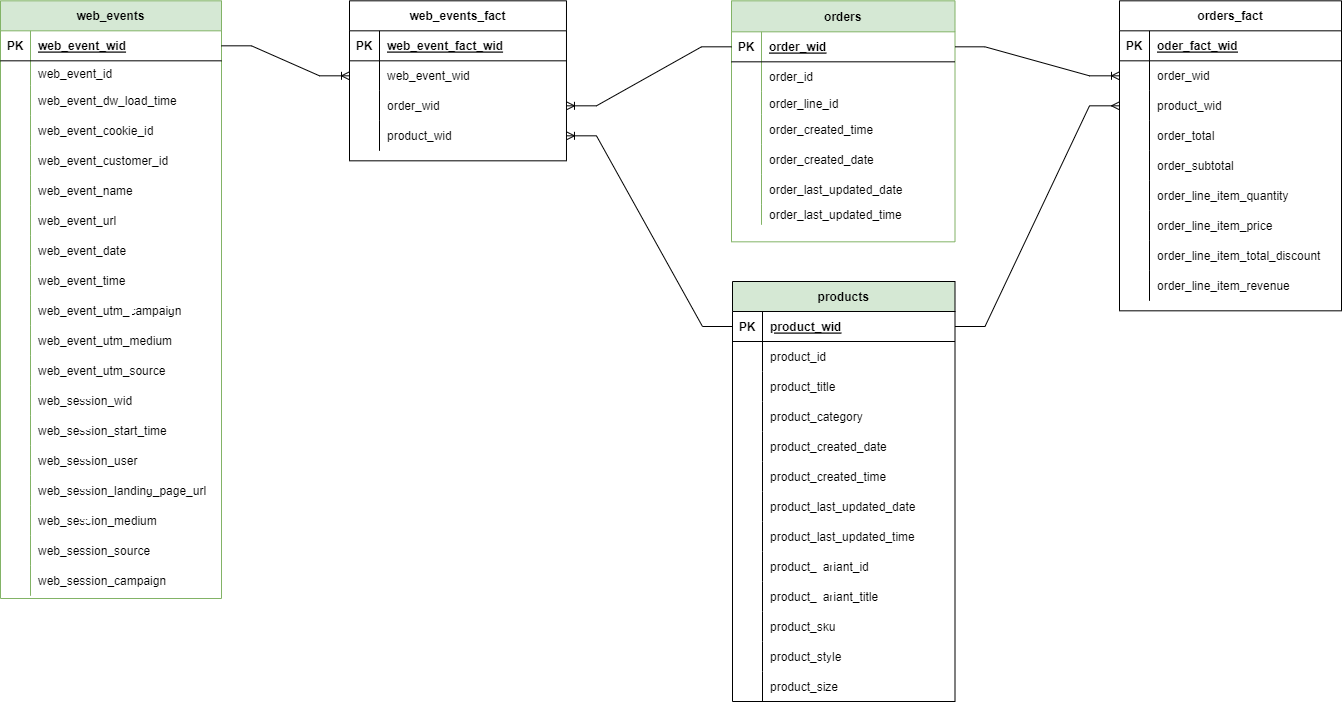
The draw.io diagram data_challenge_erd-Page-1.drawio.png in cnockels/data_challenge, before a commit. Source tidied: cells renumbered, new cells last; positions are measured from the earlier drawing's top-left corner, leaving out a move shared by most shapes.
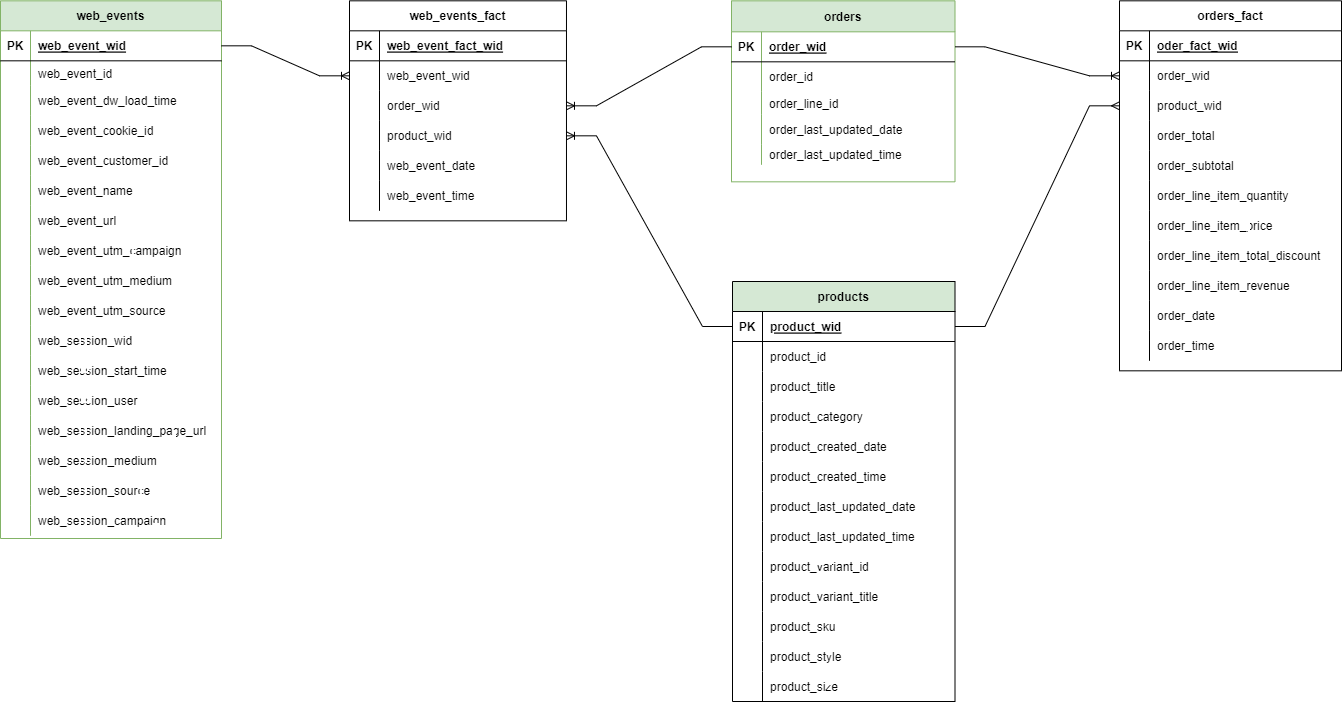
The same file after the commit.

Change to the diagram source:
```diff
@@ -3,7 +3,7 @@
     <mxCell id="0" />
     <mxCell id="1" parent="0" />
     <mxCell id="2" value="orders_fact" style="shape=table;startSize=30;rowLines=0;fontStyle=1;align=center;" parent="1" vertex="1">
-      <mxGeometry x="1119" y="0.3" width="222" height="310" as="geometry" />
+      <mxGeometry x="1119" y="0.3" width="222" height="370" as="geometry" />
     </mxCell>
     <mxCell id="3" style="shape=tableRow;horizontal=0;startSize=0;swimlaneHead=0;swimlaneBody=0;fillColor=none;top=0;left=0;right=0;bottom=1;" parent="2" vertex="1">
       <mxGeometry y="30" width="222" height="30" as="geometry" />
@@ -86,8 +86,26 @@
     <mxCell id="29" value="order_line_item_revenue" style="shape=partialRectangle;fillColor=none;top=0;left=0;bottom=0;right=0;align=left;spacingLeft=6;overflow=hidden;" parent="27" vertex="1">
       <mxGeometry x="30" width="192" height="30" as="geometry" />
     </mxCell>
+    <mxCell id="168" style="shape=tableRow;horizontal=0;startSize=0;swimlaneHead=0;swimlaneBody=0;fillColor=none;top=0;left=0;right=0;bottom=0;" parent="2" vertex="1">
+      <mxGeometry y="300" width="222" height="30" as="geometry" />
+    </mxCell>
+    <mxCell id="169" style="shape=partialRectangle;fillColor=none;top=0;left=0;bottom=0;right=0;overflow=hidden;" parent="168" vertex="1">
+      <mxGeometry width="30" height="30" as="geometry" />
+    </mxCell>
+    <mxCell id="170" value="order_date" style="shape=partialRectangle;fillColor=none;top=0;left=0;bottom=0;right=0;align=left;spacingLeft=6;overflow=hidden;" parent="168" vertex="1">
+      <mxGeometry x="30" width="192" height="30" as="geometry" />
+    </mxCell>
+    <mxCell id="171" style="shape=tableRow;horizontal=0;startSize=0;swimlaneHead=0;swimlaneBody=0;fillColor=none;top=0;left=0;right=0;bottom=0;" parent="2" vertex="1">
+      <mxGeometry y="330" width="222" height="30" as="geometry" />
+    </mxCell>
+    <mxCell id="172" style="shape=partialRectangle;fillColor=none;top=0;left=0;bottom=0;right=0;overflow=hidden;" parent="171" vertex="1">
+      <mxGeometry width="30" height="30" as="geometry" />
+    </mxCell>
+    <mxCell id="173" value="order_time" style="shape=partialRectangle;fillColor=none;top=0;left=0;bottom=0;right=0;align=left;spacingLeft=6;overflow=hidden;" parent="171" vertex="1">
+      <mxGeometry x="30" width="192" height="30" as="geometry" />
+    </mxCell>
     <mxCell id="30" value="orders" style="shape=table;startSize=31;rowLines=0;fontStyle=1;align=center;fillColor=#d5e8d4;strokeColor=#82b366;" parent="1" vertex="1">
-      <mxGeometry x="731" y="0.3" width="223.5" height="241" as="geometry" />
+      <mxGeometry x="731" y="0.3" width="223.5" height="181" as="geometry" />
     </mxCell>
     <mxCell id="31" style="shape=tableRow;horizontal=0;startSize=0;swimlaneHead=0;swimlaneBody=0;fillColor=none;points=[[0,0.5],[1,0.5]];portConstraint=eastwest;top=0;left=0;right=0;bottom=1;" parent="30" vertex="1">
       <mxGeometry y="31" width="223.5" height="30" as="geometry" />
@@ -116,26 +134,8 @@
     <mxCell id="39" value="order_line_id" style="shape=partialRectangle;fillColor=none;top=0;left=0;bottom=0;right=0;align=left;spacingLeft=6;overflow=hidden;" parent="37" vertex="1">
       <mxGeometry x="30" width="193.5" height="23" as="geometry" />
     </mxCell>
-    <mxCell id="40" style="shape=tableRow;horizontal=0;startSize=0;swimlaneHead=0;swimlaneBody=0;fillColor=none;top=0;left=0;right=0;bottom=0;" parent="30" vertex="1">
-      <mxGeometry y="114" width="223.5" height="30" as="geometry" />
-    </mxCell>
-    <mxCell id="41" style="shape=partialRectangle;fillColor=none;top=0;left=0;bottom=0;right=0;overflow=hidden;" parent="40" vertex="1">
-      <mxGeometry width="30" height="30" as="geometry" />
-    </mxCell>
-    <mxCell id="42" value="order_created_time" style="shape=partialRectangle;fillColor=none;top=0;left=0;bottom=0;right=0;align=left;spacingLeft=6;overflow=hidden;" parent="40" vertex="1">
-      <mxGeometry x="30" width="193.5" height="30" as="geometry" />
-    </mxCell>
-    <mxCell id="43" style="shape=tableRow;horizontal=0;startSize=0;swimlaneHead=0;swimlaneBody=0;fillColor=none;top=0;left=0;right=0;bottom=0;" parent="30" vertex="1">
-      <mxGeometry y="144" width="223.5" height="30" as="geometry" />
-    </mxCell>
-    <mxCell id="44" style="shape=partialRectangle;fillColor=none;top=0;left=0;bottom=0;right=0;overflow=hidden;" parent="43" vertex="1">
-      <mxGeometry width="30" height="30" as="geometry" />
-    </mxCell>
-    <mxCell id="45" value="order_created_date" style="shape=partialRectangle;fillColor=none;top=0;left=0;bottom=0;right=0;align=left;spacingLeft=6;overflow=hidden;" parent="43" vertex="1">
-      <mxGeometry x="30" width="193.5" height="30" as="geometry" />
-    </mxCell>
     <mxCell id="46" style="shape=tableRow;horizontal=0;startSize=0;swimlaneHead=0;swimlaneBody=0;fillColor=none;top=0;left=0;right=0;bottom=0;" parent="30" vertex="1">
-      <mxGeometry y="174" width="223.5" height="30" as="geometry" />
+      <mxGeometry y="114" width="223.5" height="30" as="geometry" />
     </mxCell>
     <mxCell id="47" style="shape=partialRectangle;fillColor=none;top=0;left=0;bottom=0;right=0;overflow=hidden;" parent="46" vertex="1">
       <mxGeometry width="30" height="30" as="geometry" />
@@ -144,7 +144,7 @@
       <mxGeometry x="30" width="193.5" height="30" as="geometry" />
     </mxCell>
     <mxCell id="49" style="shape=tableRow;horizontal=0;startSize=0;swimlaneHead=0;swimlaneBody=0;fillColor=none;top=0;left=0;right=0;bottom=0;" parent="30" vertex="1">
-      <mxGeometry y="204" width="223.5" height="20" as="geometry" />
+      <mxGeometry y="144" width="223.5" height="20" as="geometry" />
     </mxCell>
     <mxCell id="50" style="shape=partialRectangle;fillColor=none;top=0;left=0;bottom=0;right=0;overflow=hidden;" parent="49" vertex="1">
       <mxGeometry width="30" height="20" as="geometry" />
@@ -153,7 +153,7 @@
       <mxGeometry x="30" width="193.5" height="20" as="geometry" />
     </mxCell>
     <mxCell id="52" value="web_events" style="shape=table;startSize=30;rowLines=0;fontStyle=1;align=center;fillColor=#d5e8d4;strokeColor=#82b366;" parent="1" vertex="1">
-      <mxGeometry y="0.3" width="221" height="597.7" as="geometry" />
+      <mxGeometry y="0.3" width="221" height="537.7" as="geometry" />
     </mxCell>
     <mxCell id="53" style="shape=tableRow;horizontal=0;startSize=0;swimlaneHead=0;swimlaneBody=0;fillColor=none;points=[[0,0.5],[1,0.5]];portConstraint=eastwest;top=0;left=0;right=0;bottom=1;" parent="52" vertex="1">
       <mxGeometry y="30" width="221" height="30" as="geometry" />
@@ -218,26 +218,8 @@
     <mxCell id="73" value="web_event_url" style="shape=partialRectangle;fillColor=none;top=0;left=0;bottom=0;right=0;align=left;spacingLeft=6;overflow=hidden;" parent="71" vertex="1">
       <mxGeometry x="30" width="191" height="30" as="geometry" />
     </mxCell>
-    <mxCell id="74" style="shape=tableRow;horizontal=0;startSize=0;swimlaneHead=0;swimlaneBody=0;fillColor=none;top=0;left=0;right=0;bottom=0;" parent="52" vertex="1">
-      <mxGeometry y="235" width="221" height="30" as="geometry" />
-    </mxCell>
-    <mxCell id="75" style="shape=partialRectangle;fillColor=none;top=0;left=0;bottom=0;right=0;overflow=hidden;" parent="74" vertex="1">
-      <mxGeometry width="30" height="30" as="geometry" />
-    </mxCell>
-    <mxCell id="76" value="web_event_date" style="shape=partialRectangle;fillColor=none;top=0;left=0;bottom=0;right=0;align=left;spacingLeft=6;overflow=hidden;" parent="74" vertex="1">
-      <mxGeometry x="30" width="191" height="30" as="geometry" />
-    </mxCell>
-    <mxCell id="77" style="shape=tableRow;horizontal=0;startSize=0;swimlaneHead=0;swimlaneBody=0;fillColor=none;top=0;left=0;right=0;bottom=0;" parent="52" vertex="1">
-      <mxGeometry y="265" width="221" height="30" as="geometry" />
-    </mxCell>
-    <mxCell id="78" style="shape=partialRectangle;fillColor=none;top=0;left=0;bottom=0;right=0;overflow=hidden;" parent="77" vertex="1">
-      <mxGeometry width="30" height="30" as="geometry" />
-    </mxCell>
-    <mxCell id="79" value="web_event_time" style="shape=partialRectangle;fillColor=none;top=0;left=0;bottom=0;right=0;align=left;spacingLeft=6;overflow=hidden;" parent="77" vertex="1">
-      <mxGeometry x="30" width="191" height="30" as="geometry" />
-    </mxCell>
     <mxCell id="80" style="shape=tableRow;horizontal=0;startSize=0;swimlaneHead=0;swimlaneBody=0;fillColor=none;top=0;left=0;right=0;bottom=0;" parent="52" vertex="1">
-      <mxGeometry y="295" width="221" height="30" as="geometry" />
+      <mxGeometry y="235" width="221" height="30" as="geometry" />
     </mxCell>
     <mxCell id="81" style="shape=partialRectangle;fillColor=none;top=0;left=0;bottom=0;right=0;overflow=hidden;" parent="80" vertex="1">
       <mxGeometry width="30" height="30" as="geometry" />
@@ -246,7 +228,7 @@
       <mxGeometry x="30" width="191" height="30" as="geometry" />
     </mxCell>
     <mxCell id="83" style="shape=tableRow;horizontal=0;startSize=0;swimlaneHead=0;swimlaneBody=0;fillColor=none;top=0;left=0;right=0;bottom=0;" parent="52" vertex="1">
-      <mxGeometry y="325" width="221" height="30" as="geometry" />
+      <mxGeometry y="265" width="221" height="30" as="geometry" />
     </mxCell>
     <mxCell id="84" style="shape=partialRectangle;fillColor=none;top=0;left=0;bottom=0;right=0;overflow=hidden;" parent="83" vertex="1">
       <mxGeometry width="30" height="30" as="geometry" />
@@ -255,7 +237,7 @@
       <mxGeometry x="30" width="191" height="30" as="geometry" />
     </mxCell>
     <mxCell id="86" style="shape=tableRow;horizontal=0;startSize=0;swimlaneHead=0;swimlaneBody=0;fillColor=none;top=0;left=0;right=0;bottom=0;" parent="52" vertex="1">
-      <mxGeometry y="355" width="221" height="30" as="geometry" />
+      <mxGeometry y="295" width="221" height="30" as="geometry" />
     </mxCell>
     <mxCell id="87" style="shape=partialRectangle;fillColor=none;top=0;left=0;bottom=0;right=0;overflow=hidden;" parent="86" vertex="1">
       <mxGeometry width="30" height="30" as="geometry" />
@@ -264,7 +246,7 @@
       <mxGeometry x="30" width="191" height="30" as="geometry" />
     </mxCell>
     <mxCell id="89" style="shape=tableRow;horizontal=0;startSize=0;swimlaneHead=0;swimlaneBody=0;fillColor=none;top=0;left=0;right=0;bottom=0;" parent="52" vertex="1">
-      <mxGeometry y="385" width="221" height="30" as="geometry" />
+      <mxGeometry y="325" width="221" height="30" as="geometry" />
     </mxCell>
     <mxCell id="90" style="shape=partialRectangle;fillColor=none;top=0;left=0;bottom=0;right=0;overflow=hidden;" parent="89" vertex="1">
       <mxGeometry width="30" height="30" as="geometry" />
@@ -273,7 +255,7 @@
       <mxGeometry x="30" width="191" height="30" as="geometry" />
     </mxCell>
     <mxCell id="92" style="shape=tableRow;horizontal=0;startSize=0;swimlaneHead=0;swimlaneBody=0;fillColor=none;top=0;left=0;right=0;bottom=0;" parent="52" vertex="1">
-      <mxGeometry y="415" width="221" height="30" as="geometry" />
+      <mxGeometry y="355" width="221" height="30" as="geometry" />
     </mxCell>
     <mxCell id="93" style="shape=partialRectangle;fillColor=none;top=0;left=0;bottom=0;right=0;overflow=hidden;" parent="92" vertex="1">
       <mxGeometry width="30" height="30" as="geometry" />
@@ -282,7 +264,7 @@
       <mxGeometry x="30" width="191" height="30" as="geometry" />
     </mxCell>
     <mxCell id="95" style="shape=tableRow;horizontal=0;startSize=0;swimlaneHead=0;swimlaneBody=0;fillColor=none;top=0;left=0;right=0;bottom=0;" parent="52" vertex="1">
-      <mxGeometry y="445" width="221" height="30" as="geometry" />
+      <mxGeometry y="385" width="221" height="30" as="geometry" />
     </mxCell>
     <mxCell id="96" style="shape=partialRectangle;fillColor=none;top=0;left=0;bottom=0;right=0;overflow=hidden;" parent="95" vertex="1">
       <mxGeometry width="30" height="30" as="geometry" />
@@ -291,7 +273,7 @@
       <mxGeometry x="30" width="191" height="30" as="geometry" />
     </mxCell>
     <mxCell id="98" style="shape=tableRow;horizontal=0;startSize=0;swimlaneHead=0;swimlaneBody=0;fillColor=none;top=0;left=0;right=0;bottom=0;" parent="52" vertex="1">
-      <mxGeometry y="475" width="221" height="30" as="geometry" />
+      <mxGeometry y="415" width="221" height="30" as="geometry" />
     </mxCell>
     <mxCell id="99" style="shape=partialRectangle;fillColor=none;top=0;left=0;bottom=0;right=0;overflow=hidden;" parent="98" vertex="1">
       <mxGeometry width="30" height="30" as="geometry" />
@@ -300,7 +282,7 @@
       <mxGeometry x="30" width="191" height="30" as="geometry" />
     </mxCell>
     <mxCell id="101" style="shape=tableRow;horizontal=0;startSize=0;swimlaneHead=0;swimlaneBody=0;fillColor=none;top=0;left=0;right=0;bottom=0;" parent="52" vertex="1">
-      <mxGeometry y="505" width="221" height="30" as="geometry" />
+      <mxGeometry y="445" width="221" height="30" as="geometry" />
     </mxCell>
     <mxCell id="102" style="shape=partialRectangle;fillColor=none;top=0;left=0;bottom=0;right=0;overflow=hidden;" parent="101" vertex="1">
       <mxGeometry width="30" height="30" as="geometry" />
@@ -309,7 +291,7 @@
       <mxGeometry x="30" width="191" height="30" as="geometry" />
     </mxCell>
     <mxCell id="104" style="shape=tableRow;horizontal=0;startSize=0;swimlaneHead=0;swimlaneBody=0;fillColor=none;top=0;left=0;right=0;bottom=0;" parent="52" vertex="1">
-      <mxGeometry y="535" width="221" height="30" as="geometry" />
+      <mxGeometry y="475" width="221" height="30" as="geometry" />
     </mxCell>
     <mxCell id="105" style="shape=partialRectangle;fillColor=none;top=0;left=0;bottom=0;right=0;overflow=hidden;" parent="104" vertex="1">
       <mxGeometry width="30" height="30" as="geometry" />
@@ -318,7 +300,7 @@
       <mxGeometry x="30" width="191" height="30" as="geometry" />
     </mxCell>
     <mxCell id="107" style="shape=tableRow;horizontal=0;startSize=0;swimlaneHead=0;swimlaneBody=0;fillColor=none;top=0;left=0;right=0;bottom=0;" parent="52" vertex="1">
-      <mxGeometry y="565" width="221" height="30" as="geometry" />
+      <mxGeometry y="505" width="221" height="30" as="geometry" />
     </mxCell>
     <mxCell id="108" style="shape=partialRectangle;fillColor=none;top=0;left=0;bottom=0;right=0;overflow=hidden;" parent="107" vertex="1">
       <mxGeometry width="30" height="30" as="geometry" />
@@ -327,7 +309,7 @@
       <mxGeometry x="30" width="191" height="30" as="geometry" />
     </mxCell>
     <mxCell id="110" value="web_events_fact" style="shape=table;startSize=30;rowLines=0;fontStyle=1;align=center;" parent="1" vertex="1">
-      <mxGeometry x="349" y="0.3" width="217" height="160" as="geometry" />
+      <mxGeometry x="349" y="0.3" width="217" height="220" as="geometry" />
     </mxCell>
     <mxCell id="111" style="shape=tableRow;horizontal=0;startSize=0;swimlaneHead=0;swimlaneBody=0;fillColor=none;top=0;left=0;right=0;bottom=1;" parent="110" vertex="1">
       <mxGeometry y="30" width="217" height="30" as="geometry" />
@@ -365,6 +347,24 @@
     <mxCell id="122" value="product_wid" style="shape=partialRectangle;fillColor=none;top=0;left=0;bottom=0;right=0;align=left;spacingLeft=6;overflow=hidden;" parent="120" vertex="1">
       <mxGeometry x="30" width="187" height="30" as="geometry" />
     </mxCell>
+    <mxCell id="174" style="shape=tableRow;horizontal=0;startSize=0;swimlaneHead=0;swimlaneBody=0;fillColor=none;top=0;left=0;right=0;bottom=0;" parent="110" vertex="1">
+      <mxGeometry y="150" width="217" height="30" as="geometry" />
+    </mxCell>
+    <mxCell id="175" style="shape=partialRectangle;fillColor=none;top=0;left=0;bottom=0;right=0;overflow=hidden;" parent="174" vertex="1">
+      <mxGeometry width="30" height="30" as="geometry" />
+    </mxCell>
+    <mxCell id="76" value="web_event_date" style="shape=partialRectangle;fillColor=none;top=0;left=0;bottom=0;right=0;align=left;spacingLeft=6;overflow=hidden;" parent="174" vertex="1">
+      <mxGeometry x="30" width="187" height="30" as="geometry" />
+    </mxCell>
+    <mxCell id="77" style="shape=tableRow;horizontal=0;startSize=0;swimlaneHead=0;swimlaneBody=0;fillColor=none;top=0;left=0;right=0;bottom=0;" parent="110" vertex="1">
+      <mxGeometry y="180" width="217" height="30" as="geometry" />
+    </mxCell>
+    <mxCell id="78" style="shape=partialRectangle;fillColor=none;top=0;left=0;bottom=0;right=0;overflow=hidden;" parent="77" vertex="1">
+      <mxGeometry width="30" height="30" as="geometry" />
+    </mxCell>
+    <mxCell id="79" value="web_event_time" style="shape=partialRectangle;fillColor=none;top=0;left=0;bottom=0;right=0;align=left;spacingLeft=6;overflow=hidden;" parent="77" vertex="1">
+      <mxGeometry x="30" width="187" height="30" as="geometry" />
+    </mxCell>
     <mxCell id="123" style="edgeStyle=entityRelationEdgeStyle;fontSize=12;html=1;endArrow=ERmany;rounded=0;" parent="1" edge="1" source="129" target="9">
       <mxGeometry x="1" y="146" relative="1" as="geometry">
         <mxPoint x="132" y="84" as="offset" />
```
